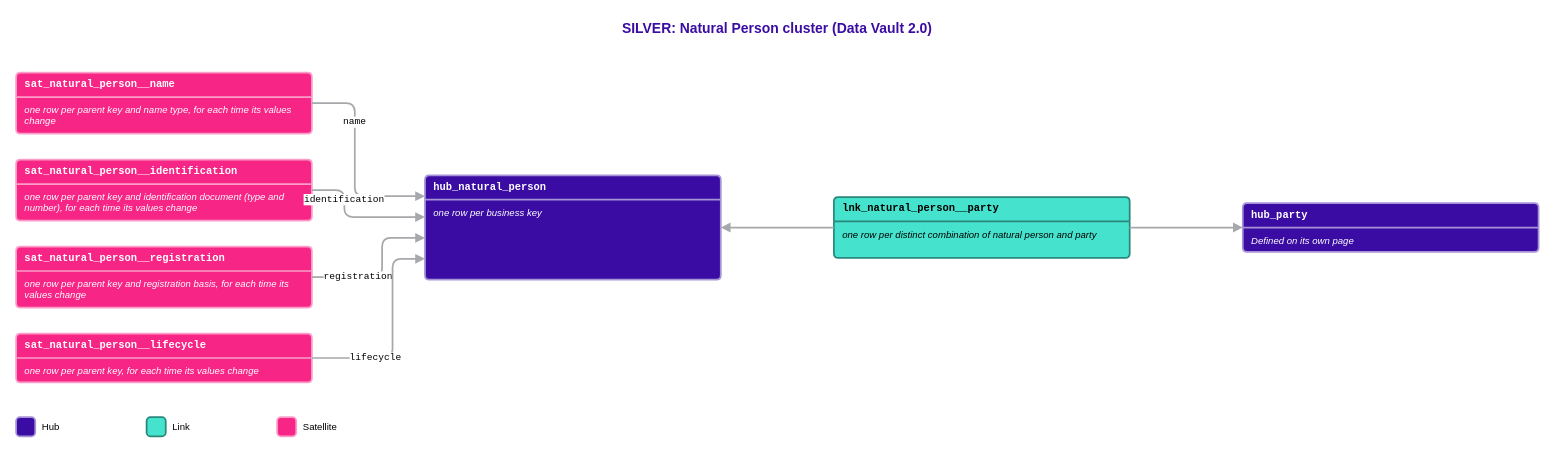
Before: Rosetta/Business_Objects/Natural_Person.drawio in luisruizML/documents, a draw.io diagram. Source tidied: cells renumbered, new cells numbered last; positions are measured from the earlier drawing's top-left corner, leaving out a move shared by most shapes. Both pictures are drawn from the tidied source at 87%, with x=0, y=0 at pixel (16, 15).
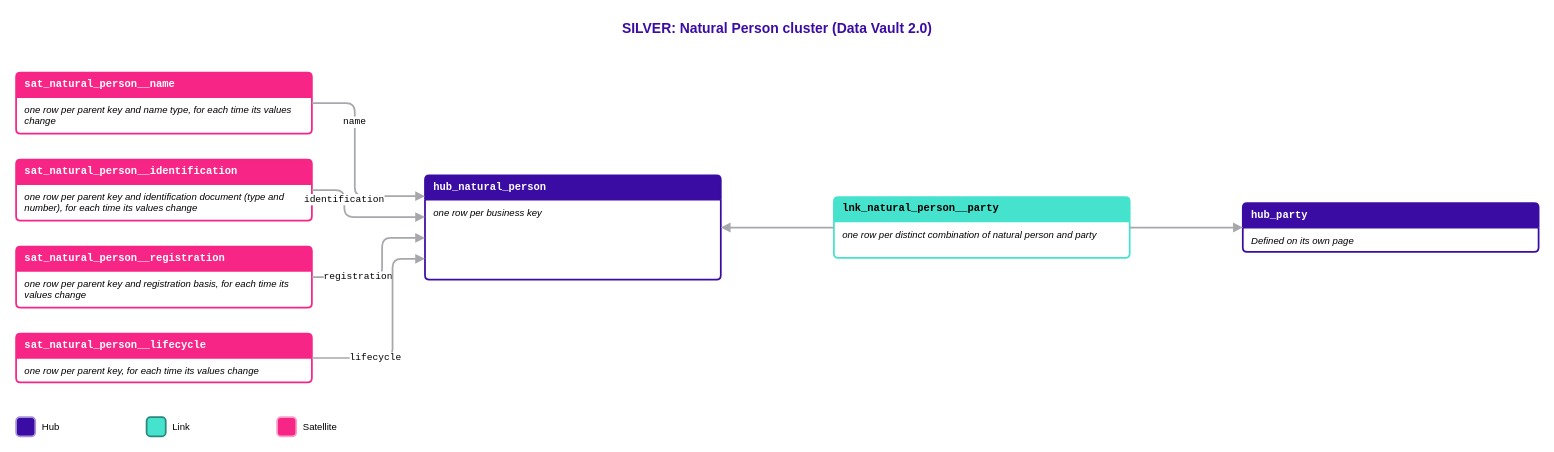
Above is the later version.

Commit message (it also covers changes not shown here):
feat(business-object-page): white container body, type color only on header and border

The edit, as a diff of the source:
```diff
@@
-    <mxCell id="3" value="hub_natural_person" style="swimlane;html=1;whiteSpace=wrap;rounded=1;arcSize=6;startSize=28;fillColor=#3A0CA3;swimlaneFillColor=#3A0CA3;strokeColor=#A692D6;strokeWidth=2;fontFamily=Courier New;fontSize=12;fontStyle=1;fontColor=#FFFFFF;align=left;spacingLeft=8;" parent="1" vertex="1">
+    <mxCell id="3" value="hub_natural_person" style="swimlane;html=1;whiteSpace=wrap;rounded=1;arcSize=6;startSize=28;fillColor=#3A0CA3;swimlaneFillColor=#FFFFFF;strokeColor=#3A0CA3;strokeWidth=2;fontFamily=Courier New;fontSize=12;fontStyle=1;fontColor=#FFFFFF;align=left;spacingLeft=8;" parent="1" vertex="1">
       <mxGeometry x="470" y="184" width="340" height="120" as="geometry" />
     </mxCell>
-    <mxCell id="4" value="one row per business key" style="text;html=1;whiteSpace=wrap;align=left;verticalAlign=top;fontFamily=Arial;fontSize=11;fontStyle=2;fontColor=#FFFFFF;spacingLeft=8;spacingRight=8;" parent="3" vertex="1">
+    <mxCell id="4" value="one row per business key" style="text;html=1;whiteSpace=wrap;align=left;verticalAlign=top;fontFamily=Arial;fontSize=11;fontStyle=2;fontColor=#000000;spacingLeft=8;spacingRight=8;" parent="3" vertex="1">
       <mxGeometry y="30" width="340" height="20" as="geometry" />
     </mxCell>
-    <mxCell id="5" value="lnk_natural_person__party" style="swimlane;html=1;whiteSpace=wrap;rounded=1;arcSize=6;startSize=28;fillColor=#45E3CD;swimlaneFillColor=#45E3CD;strokeColor=#29887B;strokeWidth=2;fontFamily=Courier New;fontSize=12;fontStyle=1;fontColor=#000000;align=left;spacingLeft=8;" parent="1" vertex="1">
+    <mxCell id="5" value="lnk_natural_person__party" style="swimlane;html=1;whiteSpace=wrap;rounded=1;arcSize=6;startSize=28;fillColor=#45E3CD;swimlaneFillColor=#FFFFFF;strokeColor=#45E3CD;strokeWidth=2;fontFamily=Courier New;fontSize=12;fontStyle=1;fontColor=#000000;align=left;spacingLeft=8;" parent="1" vertex="1">
       <mxGeometry x="940" y="209" width="340" height="70" as="geometry" />
     </mxCell>
@@
-    <mxCell id="7" value="sat_natural_person__name" style="swimlane;html=1;whiteSpace=wrap;rounded=1;arcSize=6;startSize=28;fillColor=#F72586;swimlaneFillColor=#F72586;strokeColor=#FB9DC9;strokeWidth=2;fontFamily=Courier New;fontSize=12;fontStyle=1;fontColor=#FFFFFF;align=left;spacingLeft=8;" parent="1" vertex="1">
+    <mxCell id="7" value="sat_natural_person__name" style="swimlane;html=1;whiteSpace=wrap;rounded=1;arcSize=6;startSize=28;fillColor=#F72586;swimlaneFillColor=#FFFFFF;strokeColor=#F72586;strokeWidth=2;fontFamily=Courier New;fontSize=12;fontStyle=1;fontColor=#FFFFFF;align=left;spacingLeft=8;" parent="1" vertex="1">
       <mxGeometry y="66" width="340" height="70" as="geometry" />
     </mxCell>
-    <mxCell id="8" value="one row per parent key and name type, for each time its values change" style="text;html=1;whiteSpace=wrap;align=left;verticalAlign=top;fontFamily=Arial;fontSize=11;fontStyle=2;fontColor=#FFFFFF;spacingLeft=8;spacingRight=8;" parent="7" vertex="1">
+    <mxCell id="8" value="one row per parent key and name type, for each time its values change" style="text;html=1;whiteSpace=wrap;align=left;verticalAlign=top;fontFamily=Arial;fontSize=11;fontStyle=2;fontColor=#000000;spacingLeft=8;spacingRight=8;" parent="7" vertex="1">
       <mxGeometry y="30" width="340" height="34" as="geometry" />
     </mxCell>
-    <mxCell id="9" value="sat_natural_person__identification" style="swimlane;html=1;whiteSpace=wrap;rounded=1;arcSize=6;startSize=28;fillColor=#F72586;swimlaneFillColor=#F72586;strokeColor=#FB9DC9;strokeWidth=2;fontFamily=Courier New;fontSize=12;fontStyle=1;fontColor=#FFFFFF;align=left;spacingLeft=8;" parent="1" vertex="1">
+    <mxCell id="9" value="sat_natural_person__identification" style="swimlane;html=1;whiteSpace=wrap;rounded=1;arcSize=6;startSize=28;fillColor=#F72586;swimlaneFillColor=#FFFFFF;strokeColor=#F72586;strokeWidth=2;fontFamily=Courier New;fontSize=12;fontStyle=1;fontColor=#FFFFFF;align=left;spacingLeft=8;" parent="1" vertex="1">
       <mxGeometry y="166" width="340" height="70" as="geometry" />
     </mxCell>
-    <mxCell id="10" value="one row per parent key and identification document (type and number), for each time its values change" style="text;html=1;whiteSpace=wrap;align=left;verticalAlign=top;fontFamily=Arial;fontSize=11;fontStyle=2;fontColor=#FFFFFF;spacingLeft=8;spacingRight=8;" parent="9" vertex="1">
+    <mxCell id="10" value="one row per parent key and identification document (type and number), for each time its values change" style="text;html=1;whiteSpace=wrap;align=left;verticalAlign=top;fontFamily=Arial;fontSize=11;fontStyle=2;fontColor=#000000;spacingLeft=8;spacingRight=8;" parent="9" vertex="1">
       <mxGeometry y="30" width="340" height="34" as="geometry" />
     </mxCell>
-    <mxCell id="11" value="sat_natural_person__registration" style="swimlane;html=1;whiteSpace=wrap;rounded=1;arcSize=6;startSize=28;fillColor=#F72586;swimlaneFillColor=#F72586;strokeColor=#FB9DC9;strokeWidth=2;fontFamily=Courier New;fontSize=12;fontStyle=1;fontColor=#FFFFFF;align=left;spacingLeft=8;" parent="1" vertex="1">
+    <mxCell id="11" value="sat_natural_person__registration" style="swimlane;html=1;whiteSpace=wrap;rounded=1;arcSize=6;startSize=28;fillColor=#F72586;swimlaneFillColor=#FFFFFF;strokeColor=#F72586;strokeWidth=2;fontFamily=Courier New;fontSize=12;fontStyle=1;fontColor=#FFFFFF;align=left;spacingLeft=8;" parent="1" vertex="1">
       <mxGeometry y="266" width="340" height="70" as="geometry" />
     </mxCell>
-    <mxCell id="12" value="one row per parent key and registration basis, for each time its values change" style="text;html=1;whiteSpace=wrap;align=left;verticalAlign=top;fontFamily=Arial;fontSize=11;fontStyle=2;fontColor=#FFFFFF;spacingLeft=8;spacingRight=8;" parent="11" vertex="1">
+    <mxCell id="12" value="one row per parent key and registration basis, for each time its values change" style="text;html=1;whiteSpace=wrap;align=left;verticalAlign=top;fontFamily=Arial;fontSize=11;fontStyle=2;fontColor=#000000;spacingLeft=8;spacingRight=8;" parent="11" vertex="1">
       <mxGeometry y="30" width="340" height="34" as="geometry" />
     </mxCell>
-    <mxCell id="13" value="sat_natural_person__lifecycle" style="swimlane;html=1;whiteSpace=wrap;rounded=1;arcSize=6;startSize=28;fillColor=#F72586;swimlaneFillColor=#F72586;strokeColor=#FB9DC9;strokeWidth=2;fontFamily=Courier New;fontSize=12;fontStyle=1;fontColor=#FFFFFF;align=left;spacingLeft=8;" parent="1" vertex="1">
+    <mxCell id="13" value="sat_natural_person__lifecycle" style="swimlane;html=1;whiteSpace=wrap;rounded=1;arcSize=6;startSize=28;fillColor=#F72586;swimlaneFillColor=#FFFFFF;strokeColor=#F72586;strokeWidth=2;fontFamily=Courier New;fontSize=12;fontStyle=1;fontColor=#FFFFFF;align=left;spacingLeft=8;" parent="1" vertex="1">
       <mxGeometry y="366" width="340" height="56" as="geometry" />
     </mxCell>
-    <mxCell id="14" value="one row per parent key, for each time its values change" style="text;html=1;whiteSpace=wrap;align=left;verticalAlign=top;fontFamily=Arial;fontSize=11;fontStyle=2;fontColor=#FFFFFF;spacingLeft=8;spacingRight=8;" parent="13" vertex="1">
+    <mxCell id="14" value="one row per parent key, for each time its values change" style="text;html=1;whiteSpace=wrap;align=left;verticalAlign=top;fontFamily=Arial;fontSize=11;fontStyle=2;fontColor=#000000;spacingLeft=8;spacingRight=8;" parent="13" vertex="1">
       <mxGeometry y="30" width="340" height="20" as="geometry" />
     </mxCell>
-    <mxCell id="15" value="hub_party" style="swimlane;html=1;whiteSpace=wrap;rounded=1;arcSize=6;startSize=28;fillColor=#3A0CA3;swimlaneFillColor=#3A0CA3;strokeColor=#A692D6;strokeWidth=2;fontFamily=Courier New;fontSize=12;fontStyle=1;fontColor=#FFFFFF;align=left;spacingLeft=8;" parent="1" vertex="1">
+    <mxCell id="15" value="hub_party" style="swimlane;html=1;whiteSpace=wrap;rounded=1;arcSize=6;startSize=28;fillColor=#3A0CA3;swimlaneFillColor=#FFFFFF;strokeColor=#3A0CA3;strokeWidth=2;fontFamily=Courier New;fontSize=12;fontStyle=1;fontColor=#FFFFFF;align=left;spacingLeft=8;" parent="1" vertex="1">
       <mxGeometry x="1410" y="216" width="340" height="56" as="geometry" />
     </mxCell>
-    <mxCell id="16" value="Defined on its own page" style="text;html=1;whiteSpace=wrap;align=left;verticalAlign=top;fontFamily=Arial;fontSize=11;fontStyle=2;fontColor=#FFFFFF;spacingLeft=8;spacingRight=8;" parent="15" vertex="1">
+    <mxCell id="16" value="Defined on its own page" style="text;html=1;whiteSpace=wrap;align=left;verticalAlign=top;fontFamily=Arial;fontSize=11;fontStyle=2;fontColor=#000000;spacingLeft=8;spacingRight=8;" parent="15" vertex="1">
       <mxGeometry y="30" width="340" height="20" as="geometry" />
     </mxCell>
```
